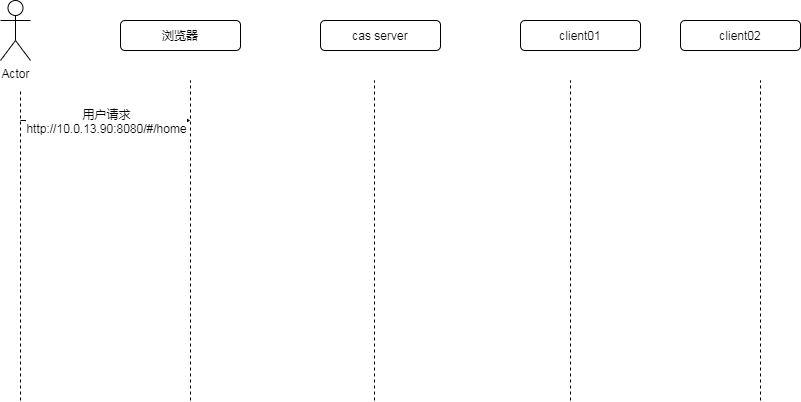
Above: BPM CAS流程图.png in daofuzhang/demo (draw.io), before the change. Source tidied: cells renumbered, new cells last; positions are measured from the earlier drawing's top-left corner, leaving out a move shared by most shapes.
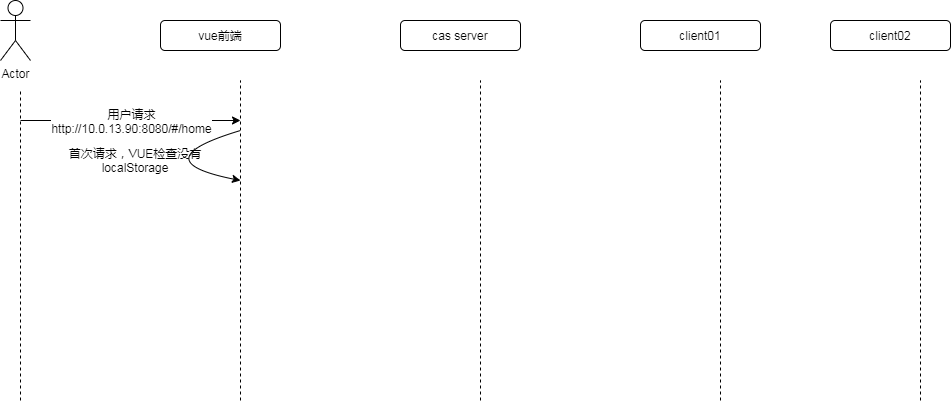
After the change.

The edit, as a diff of the source:
```diff
@@ -5,17 +5,17 @@
     <mxCell id="2" value="Actor" style="shape=umlActor;verticalLabelPosition=bottom;verticalAlign=top;html=1;" parent="1" vertex="1">
       <mxGeometry width="30" height="60" as="geometry" />
     </mxCell>
-    <mxCell id="3" value="浏览器" style="rounded=1;whiteSpace=wrap;html=1;" parent="1" vertex="1">
-      <mxGeometry x="120" y="20" width="120" height="30" as="geometry" />
+    <mxCell id="3" value="vue前端" style="rounded=1;whiteSpace=wrap;html=1;" parent="1" vertex="1">
+      <mxGeometry x="160" y="20" width="120" height="30" as="geometry" />
     </mxCell>
     <mxCell id="4" value="cas server" style="rounded=1;whiteSpace=wrap;html=1;" parent="1" vertex="1">
-      <mxGeometry x="320" y="20" width="120" height="30" as="geometry" />
+      <mxGeometry x="400" y="20" width="120" height="30" as="geometry" />
     </mxCell>
     <mxCell id="5" value="client01" style="rounded=1;whiteSpace=wrap;html=1;" parent="1" vertex="1">
-      <mxGeometry x="520" y="20" width="120" height="30" as="geometry" />
+      <mxGeometry x="640" y="20" width="120" height="30" as="geometry" />
     </mxCell>
     <mxCell id="6" value="client02" style="rounded=1;whiteSpace=wrap;html=1;" parent="1" vertex="1">
-      <mxGeometry x="680" y="20" width="120" height="30" as="geometry" />
+      <mxGeometry x="830" y="20" width="120" height="30" as="geometry" />
     </mxCell>
     <mxCell id="7" style="endArrow=none;dashed=1;html=1;" parent="1" edge="1">
       <mxGeometry relative="1" as="geometry">
@@ -25,36 +25,48 @@
     </mxCell>
     <mxCell id="8" style="endArrow=none;dashed=1;html=1;" parent="1" edge="1">
       <mxGeometry relative="1" as="geometry">
-        <mxPoint x="190" y="400" as="sourcePoint" />
-        <mxPoint x="190" y="80" as="targetPoint" />
+        <mxPoint x="240" y="400" as="sourcePoint" />
+        <mxPoint x="240" y="80" as="targetPoint" />
       </mxGeometry>
     </mxCell>
     <mxCell id="9" style="endArrow=none;dashed=1;html=1;" parent="1" edge="1">
       <mxGeometry relative="1" as="geometry">
-        <mxPoint x="374" y="400" as="sourcePoint" />
-        <mxPoint x="374" y="80" as="targetPoint" />
+        <mxPoint x="480" y="400" as="sourcePoint" />
+        <mxPoint x="480" y="80" as="targetPoint" />
       </mxGeometry>
     </mxCell>
     <mxCell id="10" style="endArrow=none;dashed=1;html=1;" parent="1" edge="1">
       <mxGeometry relative="1" as="geometry">
-        <mxPoint x="570" y="400" as="sourcePoint" />
-        <mxPoint x="570" y="80" as="targetPoint" />
+        <mxPoint x="720" y="400" as="sourcePoint" />
+        <mxPoint x="720" y="80" as="targetPoint" />
       </mxGeometry>
     </mxCell>
     <mxCell id="11" style="endArrow=none;dashed=1;html=1;" parent="1" edge="1">
       <mxGeometry relative="1" as="geometry">
-        <mxPoint x="760" y="400" as="sourcePoint" />
-        <mxPoint x="760" y="80" as="targetPoint" />
+        <mxPoint x="920" y="400" as="sourcePoint" />
+        <mxPoint x="920" y="80" as="targetPoint" />
       </mxGeometry>
     </mxCell>
     <mxCell id="12" style="endArrow=classic;html=1;" parent="1" edge="1">
       <mxGeometry relative="1" as="geometry">
         <mxPoint x="20" y="120" as="sourcePoint" />
-        <mxPoint x="190" y="120" as="targetPoint" />
+        <mxPoint x="240" y="120" as="targetPoint" />
       </mxGeometry>
     </mxCell>
     <mxCell id="13" value="用户请求&lt;br&gt;http://10.0.13.90:8080/#/home" style="edgeLabel;html=1;align=center;verticalAlign=middle;" parent="12" vertex="1">
       <mxGeometry relative="1" as="geometry" />
     </mxCell>
+    <mxCell id="14" style="curved=1;endArrow=classic;html=1;" parent="1" edge="1">
+      <mxGeometry relative="1" as="geometry">
+        <mxPoint x="240" y="130" as="sourcePoint" />
+        <mxPoint x="240" y="180" as="targetPoint" />
+        <Array as="points">
+          <mxPoint x="140" y="160" />
+        </Array>
+      </mxGeometry>
+    </mxCell>
+    <mxCell id="15" value="首次请求，VUE检查没有localStorage" style="text;html=1;strokeColor=none;fillColor=none;align=center;verticalAlign=middle;whiteSpace=wrap;rounded=0;" parent="1" vertex="1">
+      <mxGeometry x="40" y="150" width="190" height="20" as="geometry" />
+    </mxCell>
   </root>
 </mxGraphModel>
```
